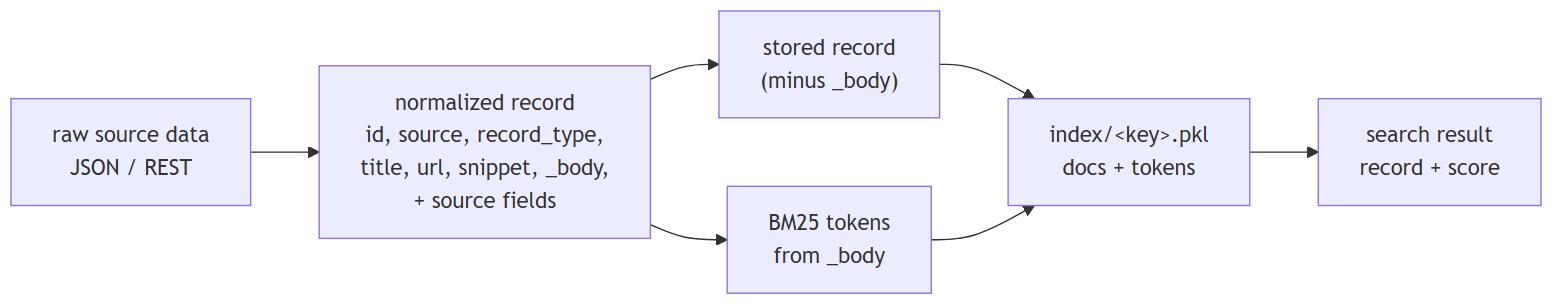
Before: docs/diagrams/5-record-lifecycle.png, a diagram exported from Mermaid (SteveCInVA/AllofUs-Agent). Its source is kept beside it as docs/diagrams/5-record-lifecycle.mmd.
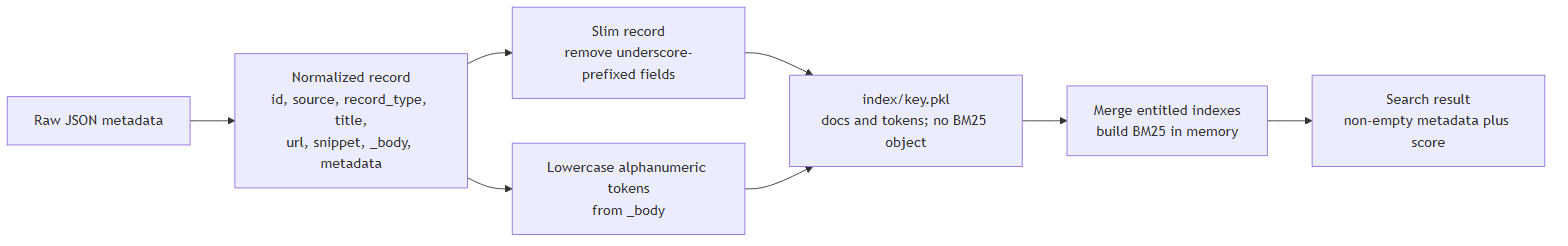
Later version of the same file.

The edit, as a diff of the source:
```diff
@@ -1,7 +1,8 @@
 flowchart LR
-    RAW["raw source data<br/>JSON / REST"] --> NORM["normalized record<br/>id, source, record_type,<br/>title, url, snippet, _body,<br/>+ source fields"]
-    NORM --> STORE["stored record<br/>(minus _body)"]
-    NORM --> TOK["BM25 tokens<br/>from _body"]
-    STORE --> CORP["index/&lt;key&gt;.pkl<br/>docs + tokens"]
-    TOK --> CORP
-    CORP --> HIT["search result<br/>record + score"]
+    RAW["Raw JSON metadata"] --> NORM["Normalized record<br/>id, source, record_type, title,<br/>url, snippet, _body, metadata"]
+    NORM --> STORE["Slim record<br/>remove underscore-prefixed fields"]
+    NORM --> TOK["Lowercase alphanumeric tokens<br/>from _body"]
+    STORE --> IDX["index/key.pkl<br/>docs and tokens; no BM25 object"]
+    TOK --> IDX
+    IDX --> ENG["Merge entitled indexes<br/>build BM25 in memory"]
+    ENG --> HIT["Search result<br/>non-empty metadata plus score"]
```
